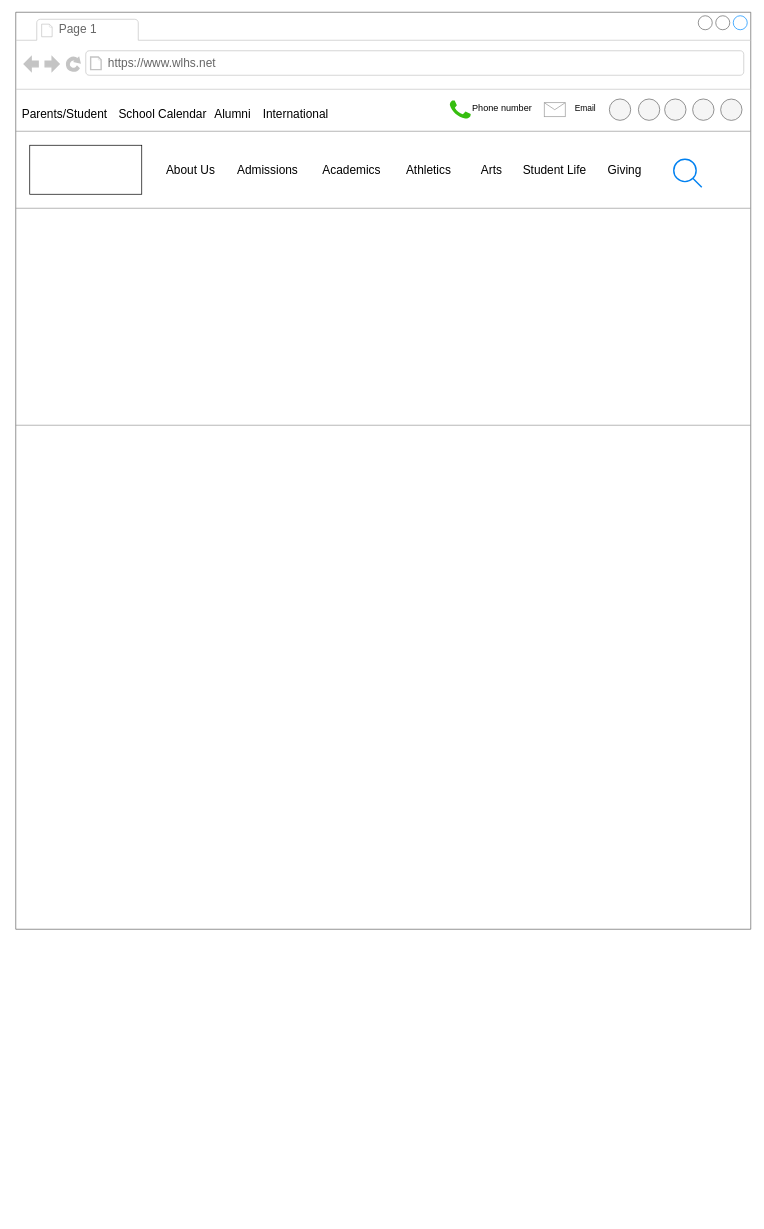
The draw.io diagram Untitled Diagram.drawio in MeredithD2/Hello-World1, before the edit. Source tidied: cells renumbered, new cells numbered last; positions are measured from the earlier drawing's top-left corner, leaving out a move shared by most shapes. Both pictures are drawn from the tidied source at 70%, with x=0, y=0 at pixel (15, 12).
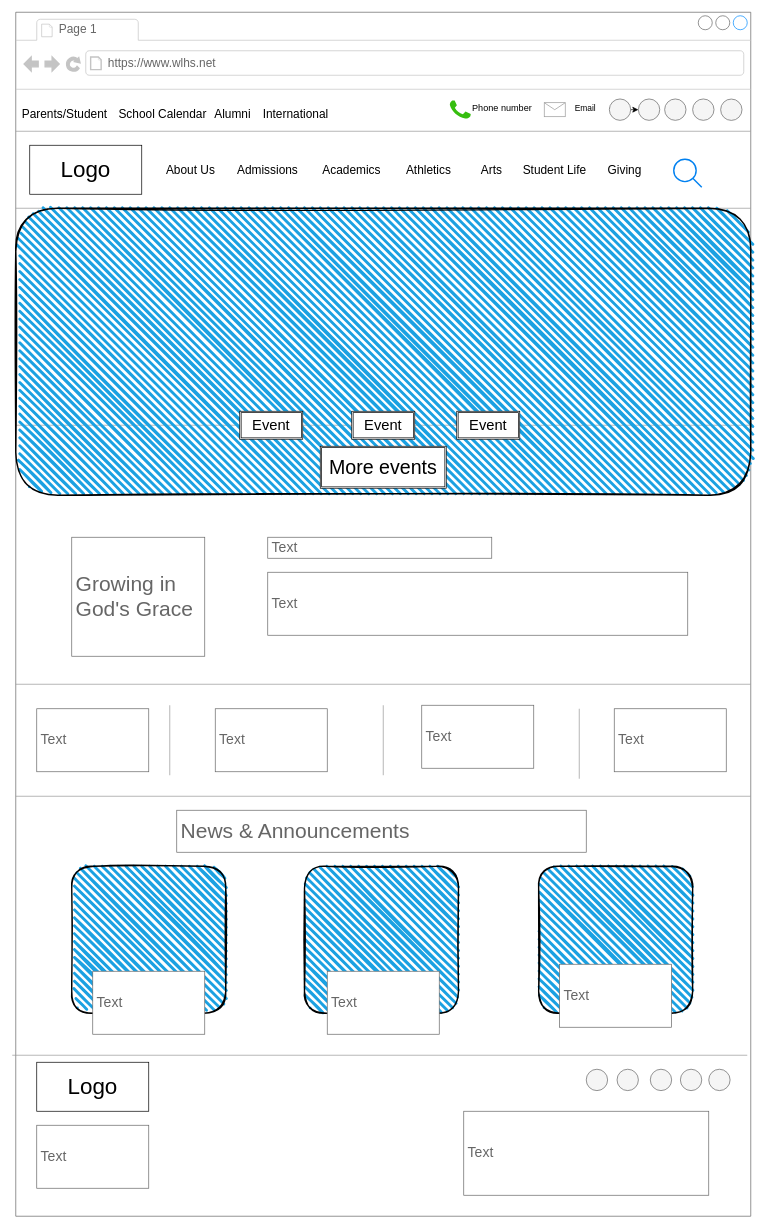
The same page after the edit.

The change refers to these unchanged cells:
```xml
<mxCell id="24" value="&lt;font style=&quot;font-size: 12px;&quot;&gt;Email&lt;/font&gt;" style="text;html=1;align=center;verticalAlign=middle;whiteSpace=wrap;rounded=0;fontSize=12;" parent="2" vertex="1">
  <mxGeometry x="780" y="122" width="68" height="30" as="geometry" />
</mxCell>
<mxCell id="28" style="ellipse;whiteSpace=wrap;html=1;labelBackgroundColor=#B3B3B3;fontColor=#333333;noLabel=1;fillColor=#f5f5f5;strokeColor=#666666;" parent="2" vertex="1">
  <mxGeometry x="889.5" y="123.9" width="30.5" height="30.5" as="geometry" />
</mxCell>
```

Change to the diagram source:
```diff
@@
     <mxCell id="2" style="strokeWidth=1;shadow=0;dashed=0;align=center;html=1;shape=mxgraph.mockup.containers.browserWindow;rSize=0;strokeColor=#666666;mainText=,;rounded=0;labelBackgroundColor=none;fontFamily=Verdana;fontSize=12;" parent="1" vertex="1">
-      <mxGeometry width="1050" height="1310" as="geometry" />
+      <mxGeometry width="1050" height="1720" as="geometry" />
     </mxCell>
@@
-    <mxCell id="7" style="rounded=0;whiteSpace=wrap;html=1;" parent="2" vertex="1">
+    <mxCell id="7" value="&lt;font style=&quot;font-size: 32px;&quot;&gt;Logo&lt;/font&gt;" style="rounded=0;whiteSpace=wrap;html=1;" parent="2" vertex="1">
       <mxGeometry x="20" y="190" width="160" height="70" as="geometry" />
     </mxCell>
@@
+    <mxCell id="30" style="edgeStyle=orthogonalEdgeStyle;rounded=0;jettySize=auto;html=1;" parent="2" edge="1" source="24" target="28">
+      <mxGeometry relative="1" as="geometry" />
+    </mxCell>
@@
+    <mxCell id="31" style="rounded=1;whiteSpace=wrap;html=1;strokeWidth=2;fillWeight=4;hachureGap=8;hachureAngle=45;fillColor=#1ba1e2;sketch=1;" parent="2" vertex="1">
+      <mxGeometry y="280" width="1050" height="410" as="geometry" />
+    </mxCell>
+    <mxCell id="32" value="&lt;font style=&quot;font-size: 21px;&quot;&gt;Event&lt;/font&gt;" style="shape=ext;double=1;rounded=0;whiteSpace=wrap;html=1;" parent="2" vertex="1">
+      <mxGeometry x="320" y="570" width="90" height="40" as="geometry" />
+    </mxCell>
+    <mxCell id="33" value="&lt;font style=&quot;font-size: 21px;&quot;&gt;Event&lt;/font&gt;" style="shape=ext;double=1;rounded=0;whiteSpace=wrap;html=1;" parent="2" vertex="1">
+      <mxGeometry x="480" y="570" width="90" height="40" as="geometry" />
+    </mxCell>
+    <mxCell id="34" value="&lt;font style=&quot;font-size: 21px;&quot;&gt;Event&lt;/font&gt;" style="shape=ext;double=1;rounded=0;whiteSpace=wrap;html=1;" parent="2" vertex="1">
+      <mxGeometry x="630" y="570" width="90" height="40" as="geometry" />
+    </mxCell>
+    <mxCell id="35" value="&lt;font style=&quot;font-size: 28px;&quot;&gt;More events&lt;/font&gt;" style="shape=ext;double=1;rounded=0;whiteSpace=wrap;html=1;" parent="2" vertex="1">
+      <mxGeometry x="435" y="620" width="180" height="60" as="geometry" />
+    </mxCell>
+    <mxCell id="36" value="&lt;font style=&quot;font-size: 20px;&quot;&gt;Text&lt;/font&gt;" style="strokeWidth=1;shadow=0;dashed=0;align=center;html=1;shape=mxgraph.mockup.text.textBox;fontColor=#666666;align=left;fontSize=17;spacingLeft=4;spacingTop=-3;whiteSpace=wrap;strokeColor=#666666;mainText=;" parent="2" vertex="1">
+      <mxGeometry x="360" y="750" width="320" height="30" as="geometry" />
+    </mxCell>
+    <mxCell id="37" value="&lt;font style=&quot;font-size: 20px;&quot;&gt;Text&lt;/font&gt;" style="strokeWidth=1;shadow=0;dashed=0;align=center;html=1;shape=mxgraph.mockup.text.textBox;fontColor=#666666;align=left;fontSize=17;spacingLeft=4;spacingTop=-3;whiteSpace=wrap;strokeColor=#666666;mainText=;" parent="2" vertex="1">
+      <mxGeometry x="360" y="800" width="600" height="90" as="geometry" />
+    </mxCell>
+    <mxCell id="38" value="&lt;font style=&quot;font-size: 30px;&quot;&gt;Growing in God's Grace&lt;/font&gt;" style="strokeWidth=1;shadow=0;dashed=0;align=center;html=1;shape=mxgraph.mockup.text.textBox;fontColor=#666666;align=left;fontSize=17;spacingLeft=4;spacingTop=-3;whiteSpace=wrap;strokeColor=#666666;mainText=;" parent="2" vertex="1">
+      <mxGeometry x="80" y="750" width="190" height="170" as="geometry" />
+    </mxCell>
+    <mxCell id="39" style="verticalLabelPosition=bottom;shadow=0;dashed=0;align=center;html=1;verticalAlign=top;strokeWidth=1;shape=mxgraph.mockup.markup.line;strokeColor=#999999;rounded=0;labelBackgroundColor=none;fillColor=#ffffff;fontFamily=Verdana;fontSize=12;fontColor=#000000;" parent="2" vertex="1">
+      <mxGeometry y="950" width="1050" height="20" as="geometry" />
+    </mxCell>
+    <mxCell id="40" style="verticalLabelPosition=bottom;shadow=0;dashed=0;align=center;html=1;verticalAlign=top;strokeWidth=1;shape=mxgraph.mockup.markup.line;strokeColor=#999999;rounded=0;labelBackgroundColor=none;fillColor=#ffffff;fontFamily=Verdana;fontSize=12;fontColor=#000000;" parent="2" vertex="1">
+      <mxGeometry y="1110" width="1050" height="20" as="geometry" />
+    </mxCell>
+    <mxCell id="41" style="verticalLabelPosition=bottom;shadow=0;dashed=0;align=center;html=1;verticalAlign=top;strokeWidth=1;shape=mxgraph.mockup.markup.line;strokeColor=#999999;rounded=0;labelBackgroundColor=none;fillColor=#ffffff;fontFamily=Verdana;fontSize=12;fontColor=#000000;rotation=-90;" parent="2" vertex="1">
+      <mxGeometry x="170" y="1030" width="100" height="20" as="geometry" />
+    </mxCell>
+    <mxCell id="42" style="verticalLabelPosition=bottom;shadow=0;dashed=0;align=center;html=1;verticalAlign=top;strokeWidth=1;shape=mxgraph.mockup.markup.line;strokeColor=#999999;rounded=0;labelBackgroundColor=none;fillColor=#ffffff;fontFamily=Verdana;fontSize=12;fontColor=#000000;rotation=-90;" parent="2" vertex="1">
+      <mxGeometry x="475" y="1030" width="100" height="20" as="geometry" />
+    </mxCell>
+    <mxCell id="43" style="verticalLabelPosition=bottom;shadow=0;dashed=0;align=center;html=1;verticalAlign=top;strokeWidth=1;shape=mxgraph.mockup.markup.line;strokeColor=#999999;rounded=0;labelBackgroundColor=none;fillColor=#ffffff;fontFamily=Verdana;fontSize=12;fontColor=#000000;rotation=-90;" parent="2" vertex="1">
+      <mxGeometry x="755" y="1035" width="100" height="20" as="geometry" />
+    </mxCell>
+    <mxCell id="44" value="&lt;font style=&quot;font-size: 20px;&quot;&gt;Text&lt;/font&gt;" style="strokeWidth=1;shadow=0;dashed=0;align=center;html=1;shape=mxgraph.mockup.text.textBox;fontColor=#666666;align=left;fontSize=17;spacingLeft=4;spacingTop=-3;whiteSpace=wrap;strokeColor=#666666;mainText=;" parent="2" vertex="1">
+      <mxGeometry x="30" y="995" width="160" height="90" as="geometry" />
+    </mxCell>
+    <mxCell id="45" value="&lt;font style=&quot;font-size: 20px;&quot;&gt;Text&lt;/font&gt;" style="strokeWidth=1;shadow=0;dashed=0;align=center;html=1;shape=mxgraph.mockup.text.textBox;fontColor=#666666;align=left;fontSize=17;spacingLeft=4;spacingTop=-3;whiteSpace=wrap;strokeColor=#666666;mainText=;" parent="2" vertex="1">
+      <mxGeometry x="285" y="995" width="160" height="90" as="geometry" />
+    </mxCell>
+    <mxCell id="46" value="&lt;font style=&quot;font-size: 20px;&quot;&gt;Text&lt;/font&gt;" style="strokeWidth=1;shadow=0;dashed=0;align=center;html=1;shape=mxgraph.mockup.text.textBox;fontColor=#666666;align=left;fontSize=17;spacingLeft=4;spacingTop=-3;whiteSpace=wrap;strokeColor=#666666;mainText=;" parent="2" vertex="1">
+      <mxGeometry x="580" y="990" width="160" height="90" as="geometry" />
+    </mxCell>
+    <mxCell id="47" value="&lt;font style=&quot;font-size: 20px;&quot;&gt;Text&lt;/font&gt;" style="strokeWidth=1;shadow=0;dashed=0;align=center;html=1;shape=mxgraph.mockup.text.textBox;fontColor=#666666;align=left;fontSize=17;spacingLeft=4;spacingTop=-3;whiteSpace=wrap;strokeColor=#666666;mainText=;" parent="2" vertex="1">
+      <mxGeometry x="855" y="995" width="160" height="90" as="geometry" />
+    </mxCell>
+    <mxCell id="48" style="verticalLabelPosition=bottom;shadow=0;dashed=0;align=center;html=1;verticalAlign=top;strokeWidth=1;shape=mxgraph.mockup.markup.line;strokeColor=#999999;rounded=0;labelBackgroundColor=none;fillColor=#ffffff;fontFamily=Verdana;fontSize=12;fontColor=#000000;" parent="2" vertex="1">
+      <mxGeometry x="-5" y="1480" width="1050" height="20" as="geometry" />
+    </mxCell>
+    <mxCell id="49" value="&lt;font style=&quot;font-size: 30px;&quot;&gt;News &amp;amp; Announcements&lt;/font&gt;" style="strokeWidth=1;shadow=0;dashed=0;align=center;html=1;shape=mxgraph.mockup.text.textBox;fontColor=#666666;align=left;fontSize=17;spacingLeft=4;spacingTop=-3;whiteSpace=wrap;strokeColor=#666666;mainText=;" parent="2" vertex="1">
+      <mxGeometry x="230" y="1140" width="585" height="60" as="geometry" />
+    </mxCell>
+    <mxCell id="50" style="rounded=1;whiteSpace=wrap;html=1;strokeWidth=2;fillWeight=4;hachureGap=8;hachureAngle=45;fillColor=#1ba1e2;sketch=1;" parent="2" vertex="1">
+      <mxGeometry x="80" y="1220" width="220" height="210" as="geometry" />
+    </mxCell>
+    <mxCell id="51" style="rounded=1;whiteSpace=wrap;html=1;strokeWidth=2;fillWeight=4;hachureGap=8;hachureAngle=45;fillColor=#1ba1e2;sketch=1;" parent="2" vertex="1">
+      <mxGeometry x="412.5" y="1220" width="220" height="210" as="geometry" />
+    </mxCell>
+    <mxCell id="52" style="rounded=1;whiteSpace=wrap;html=1;strokeWidth=2;fillWeight=4;hachureGap=8;hachureAngle=45;fillColor=#1ba1e2;sketch=1;" parent="2" vertex="1">
+      <mxGeometry x="747" y="1220" width="220" height="210" as="geometry" />
+    </mxCell>
+    <mxCell id="53" value="&lt;font style=&quot;font-size: 20px;&quot;&gt;Text&lt;/font&gt;" style="strokeWidth=1;shadow=0;dashed=0;align=center;html=1;shape=mxgraph.mockup.text.textBox;fontColor=#666666;align=left;fontSize=17;spacingLeft=4;spacingTop=-3;whiteSpace=wrap;strokeColor=#666666;mainText=;" parent="2" vertex="1">
+      <mxGeometry x="110" y="1370" width="160" height="90" as="geometry" />
+    </mxCell>
+    <mxCell id="54" value="&lt;font style=&quot;font-size: 20px;&quot;&gt;Text&lt;/font&gt;" style="strokeWidth=1;shadow=0;dashed=0;align=center;html=1;shape=mxgraph.mockup.text.textBox;fontColor=#666666;align=left;fontSize=17;spacingLeft=4;spacingTop=-3;whiteSpace=wrap;strokeColor=#666666;mainText=;" parent="2" vertex="1">
+      <mxGeometry x="445" y="1370" width="160" height="90" as="geometry" />
+    </mxCell>
+    <mxCell id="55" value="&lt;font style=&quot;font-size: 20px;&quot;&gt;Text&lt;/font&gt;" style="strokeWidth=1;shadow=0;dashed=0;align=center;html=1;shape=mxgraph.mockup.text.textBox;fontColor=#666666;align=left;fontSize=17;spacingLeft=4;spacingTop=-3;whiteSpace=wrap;strokeColor=#666666;mainText=;" parent="2" vertex="1">
+      <mxGeometry x="777" y="1360" width="160" height="90" as="geometry" />
+    </mxCell>
+    <mxCell id="56" value="&lt;font style=&quot;font-size: 32px;&quot;&gt;Logo&lt;/font&gt;" style="rounded=0;whiteSpace=wrap;html=1;" parent="2" vertex="1">
+      <mxGeometry x="30" y="1500" width="160" height="70" as="geometry" />
+    </mxCell>
+    <mxCell id="57" value="&lt;font style=&quot;font-size: 20px;&quot;&gt;Text&lt;/font&gt;" style="strokeWidth=1;shadow=0;dashed=0;align=center;html=1;shape=mxgraph.mockup.text.textBox;fontColor=#666666;align=left;fontSize=17;spacingLeft=4;spacingTop=-3;whiteSpace=wrap;strokeColor=#666666;mainText=;" parent="2" vertex="1">
+      <mxGeometry x="30" y="1590" width="160" height="90" as="geometry" />
+    </mxCell>
+    <mxCell id="58" value="&lt;font style=&quot;font-size: 20px;&quot;&gt;Text&lt;/font&gt;" style="strokeWidth=1;shadow=0;dashed=0;align=center;html=1;shape=mxgraph.mockup.text.textBox;fontColor=#666666;align=left;fontSize=17;spacingLeft=4;spacingTop=-3;whiteSpace=wrap;strokeColor=#666666;mainText=;" parent="2" vertex="1">
+      <mxGeometry x="640" y="1570" width="350" height="120" as="geometry" />
+    </mxCell>
+    <mxCell id="59" style="ellipse;whiteSpace=wrap;html=1;labelBackgroundColor=#B3B3B3;fontColor=#333333;noLabel=1;fillColor=#f5f5f5;strokeColor=#666666;" parent="2" vertex="1">
+      <mxGeometry x="990" y="1510" width="30.5" height="30.5" as="geometry" />
+    </mxCell>
+    <mxCell id="60" style="ellipse;whiteSpace=wrap;html=1;labelBackgroundColor=#B3B3B3;fontColor=#333333;noLabel=1;fillColor=#f5f5f5;strokeColor=#666666;" parent="2" vertex="1">
+      <mxGeometry x="949.5" y="1510" width="30.5" height="30.5" as="geometry" />
+    </mxCell>
+    <mxCell id="61" style="ellipse;whiteSpace=wrap;html=1;labelBackgroundColor=#B3B3B3;fontColor=#333333;noLabel=1;fillColor=#f5f5f5;strokeColor=#666666;" parent="2" vertex="1">
+      <mxGeometry x="906.5" y="1510" width="30.5" height="30.5" as="geometry" />
+    </mxCell>
+    <mxCell id="62" style="ellipse;whiteSpace=wrap;html=1;labelBackgroundColor=#B3B3B3;fontColor=#333333;noLabel=1;fillColor=#f5f5f5;strokeColor=#666666;" parent="2" vertex="1">
+      <mxGeometry x="859" y="1510" width="30.5" height="30.5" as="geometry" />
+    </mxCell>
+    <mxCell id="63" style="ellipse;whiteSpace=wrap;html=1;labelBackgroundColor=#B3B3B3;fontColor=#333333;noLabel=1;fillColor=#f5f5f5;strokeColor=#666666;" parent="2" vertex="1">
+      <mxGeometry x="815" y="1510" width="30.5" height="30.5" as="geometry" />
+    </mxCell>
```
